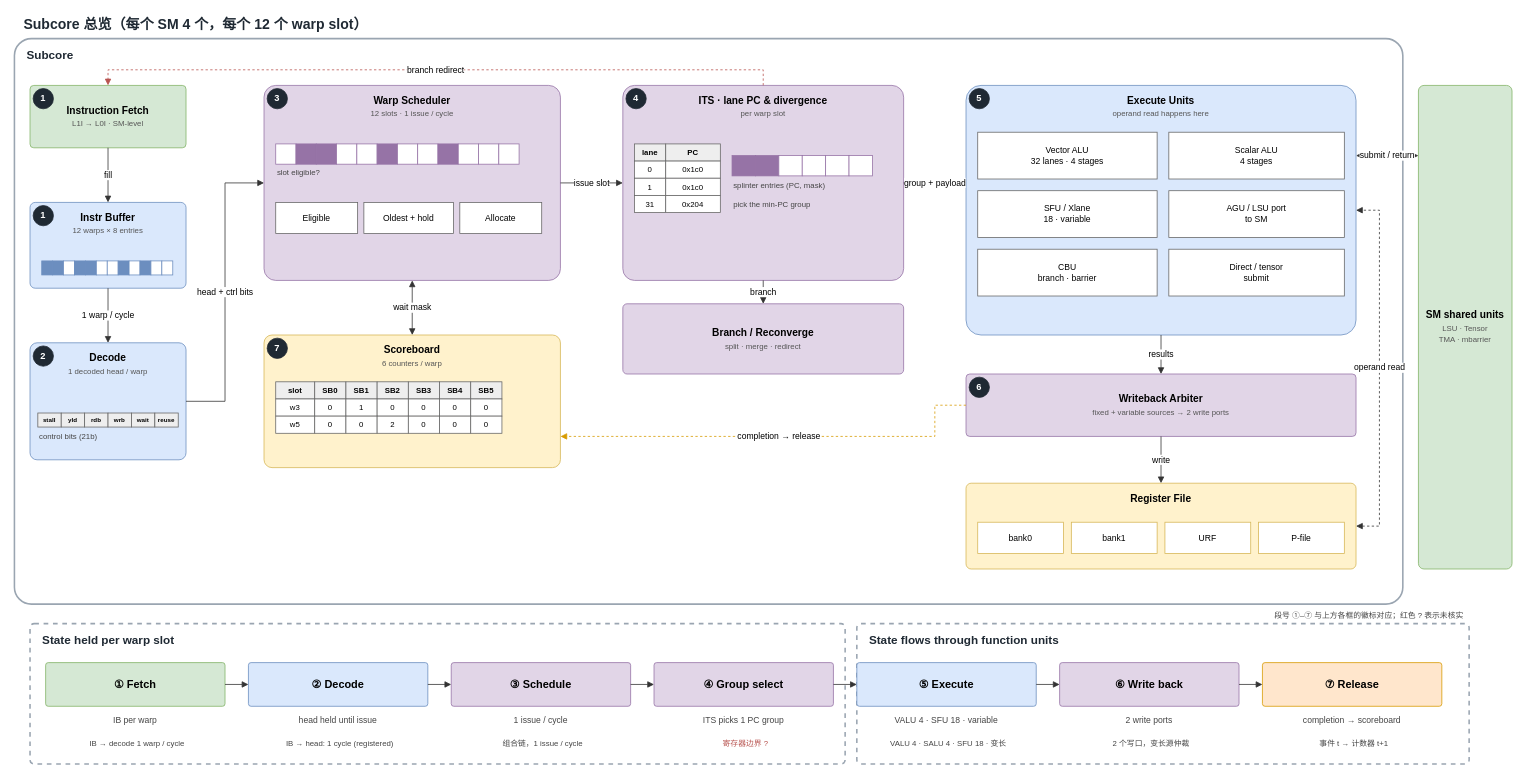
This is projects/currygpu_subcore_ppt169_20261004/sources/00-subcore-overview.drawio from WHUDYF/PPT-generate, a draw.io file, before an edit. Source tidied: cells renumbered, new cells numbered last; positions are measured from the earlier drawing's top-left corner, leaving out a move shared by most shapes. Both pictures are drawn from the tidied source at 78%, with x=0, y=0 at pixel (14, 13).
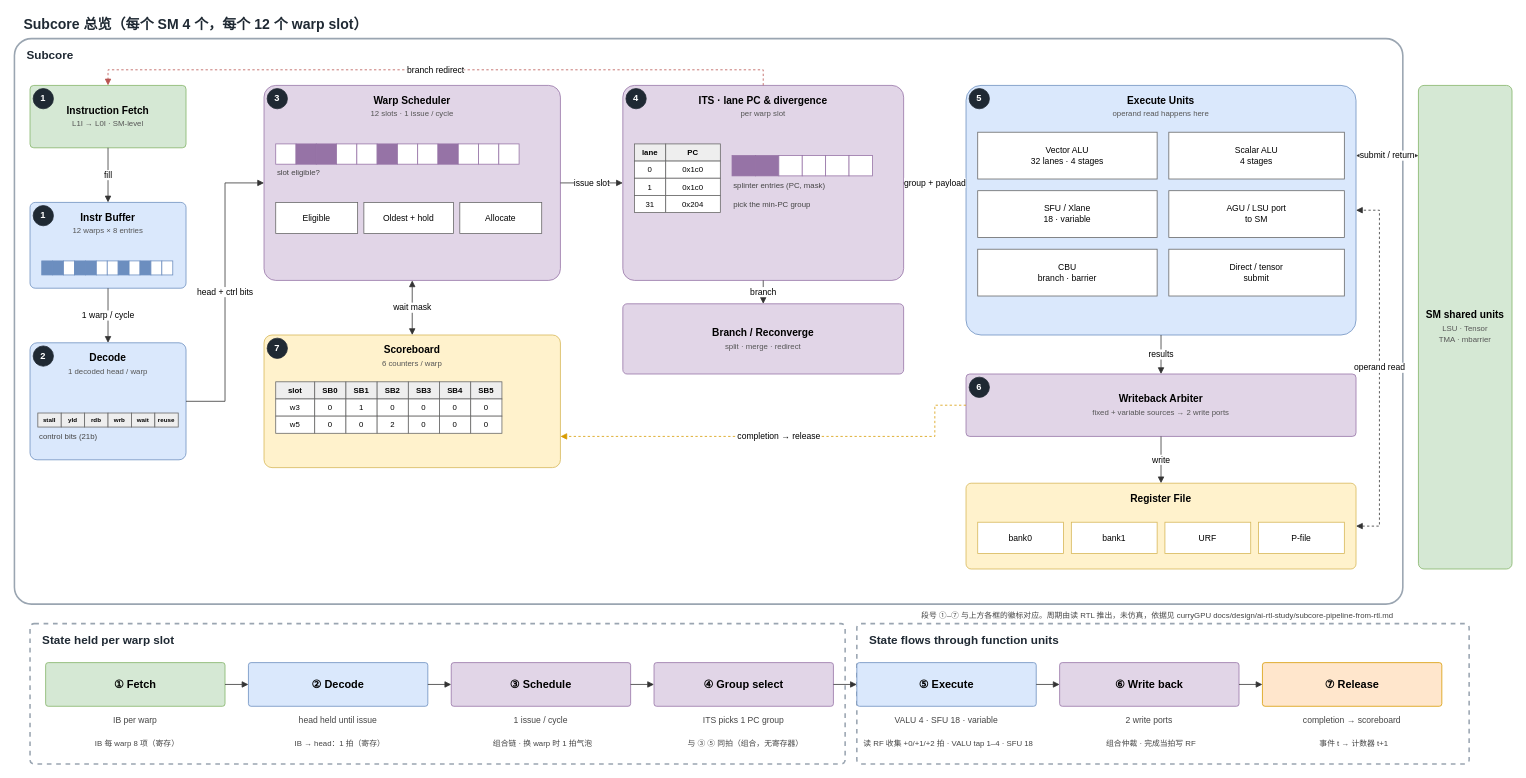
Above is the later version.

Commit message (it also covers changes not shown here):
Fill pipeline stage timings read from the RTL

Diff of the diagram source:
```diff
@@
-    <mxCell id="140" value="IB → decode 1 warp / cycle" style="text;html=1;align=center;verticalAlign=middle;whiteSpace=wrap;fontSize=10;fontColor=#444444;" parent="1" vertex="1">
+    <mxCell id="140" value="IB 每 warp 8 项（寄存）" style="text;html=1;align=center;verticalAlign=middle;whiteSpace=wrap;fontSize=10;fontColor=#444444;" parent="1" vertex="1">
       <mxGeometry x="40" y="918" width="235" height="36" as="geometry" />
     </mxCell>
-    <mxCell id="141" value="IB → head: 1 cycle (registered)" style="text;html=1;align=center;verticalAlign=middle;whiteSpace=wrap;fontSize=10;fontColor=#444444;" parent="1" vertex="1">
+    <mxCell id="141" value="IB → head：1 拍（寄存）" style="text;html=1;align=center;verticalAlign=middle;whiteSpace=wrap;fontSize=10;fontColor=#444444;" parent="1" vertex="1">
       <mxGeometry x="300" y="918" width="235" height="36" as="geometry" />
     </mxCell>
-    <mxCell id="142" value="组合链，1 issue / cycle" style="text;html=1;align=center;verticalAlign=middle;whiteSpace=wrap;fontSize=10;fontColor=#444444;" parent="1" vertex="1">
+    <mxCell id="142" value="组合链 · 换 warp 时 1 拍气泡" style="text;html=1;align=center;verticalAlign=middle;whiteSpace=wrap;fontSize=10;fontColor=#444444;" parent="1" vertex="1">
       <mxGeometry x="560" y="918" width="235" height="36" as="geometry" />
     </mxCell>
-    <mxCell id="143" value="寄存器边界 ?" style="text;html=1;align=center;verticalAlign=middle;whiteSpace=wrap;fontSize=10;fontColor=#B85450;" parent="1" vertex="1">
+    <mxCell id="143" value="与 ③ ⑤ 同拍（组合，无寄存器）" style="text;html=1;align=center;verticalAlign=middle;whiteSpace=wrap;fontSize=10;fontColor=#444444;" parent="1" vertex="1">
       <mxGeometry x="820" y="918" width="235" height="36" as="geometry" />
     </mxCell>
-    <mxCell id="144" value="VALU 4 · SALU 4 · SFU 18 · 变长" style="text;html=1;align=center;verticalAlign=middle;whiteSpace=wrap;fontSize=10;fontColor=#444444;" parent="1" vertex="1">
+    <mxCell id="144" value="读 RF 收集 +0/+1/+2 拍 · VALU tap 1–4 · SFU 18" style="text;html=1;align=center;verticalAlign=middle;whiteSpace=wrap;fontSize=10;fontColor=#444444;" parent="1" vertex="1">
       <mxGeometry x="1080" y="918" width="235" height="36" as="geometry" />
     </mxCell>
-    <mxCell id="145" value="2 个写口，变长源仲裁" style="text;html=1;align=center;verticalAlign=middle;whiteSpace=wrap;fontSize=10;fontColor=#444444;" parent="1" vertex="1">
+    <mxCell id="145" value="组合仲裁 · 完成当拍写 RF" style="text;html=1;align=center;verticalAlign=middle;whiteSpace=wrap;fontSize=10;fontColor=#444444;" parent="1" vertex="1">
       <mxGeometry x="1340" y="918" width="235" height="36" as="geometry" />
     </mxCell>
@@
-    <mxCell id="147" value="段号 ①–⑦ 与上方各框的徽标对应；红色 ? 表示未核实" style="text;html=1;align=right;verticalAlign=middle;whiteSpace=wrap;fontSize=10;fontColor=#444444;" parent="1" vertex="1">
-      <mxGeometry x="1080" y="762" width="780" height="18" as="geometry" />
+    <mxCell id="147" value="段号 ①–⑦ 与上方各框的徽标对应。周期由读 RTL 推出，未仿真，依据见 curryGPU docs/design/ai-rtl-study/subcore-pipeline-from-rtl.md" style="text;html=1;align=right;verticalAlign=middle;whiteSpace=wrap;fontSize=10;fontColor=#444444;" parent="1" vertex="1">
+      <mxGeometry x="590" y="762" width="1180" height="18" as="geometry" />
     </mxCell>
```
